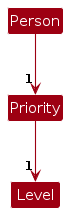
Above: diagrams/priority-feature/PriorityClassDiagram.png in yucongkoo/tp (PlantUML), before the change. Its source is kept beside it as diagrams/priority-feature/PriorityClassDiagram.puml. Source of this version:
```plantuml
@startuml
!include ../style.puml
skinparam arrowThickness 1.1
skinparam arrowColor MODEL_COLOR
skinparam classBackgroundColor MODEL_COLOR

class Person
class Priority
enum Level

Person -->"1" Priority
Priority -->"1" Level

enum Level {
HIGH
MEDIUM
LOW
-
}
@enduml
```
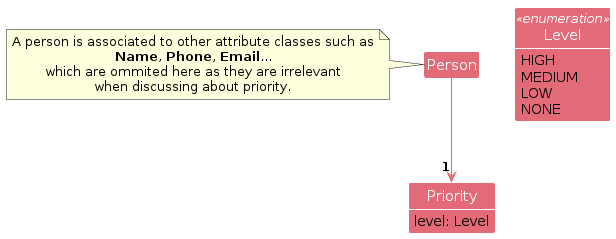
Later version of the same file.

What changed in the source:
```diff
@@ -4,17 +4,31 @@
 skinparam arrowColor MODEL_COLOR
 skinparam classBackgroundColor MODEL_COLOR
 
-class Person
-class Priority
-enum Level
+Class Person
+note left of Person
+ A person is associated to other attribute classes such as
+ <b>Name</b>, <b>Phone</b>, <b>Email</b>...
+ which are ommited here as they are irrelevant
+ when discussing about priority.
+end note
 
-Person -->"1" Priority
-Priority -->"1" Level
-
-enum Level {
+Class Level <<enumeration>> {
 HIGH
 MEDIUM
 LOW
--
+NONE
 }
+
+Class Priority {
+level: Level
+}
+
+Person --> "1" Priority
+
+show Priority members
+hide Priority methods
+
+show Level members
+hide Level methods
+
 @enduml
```
